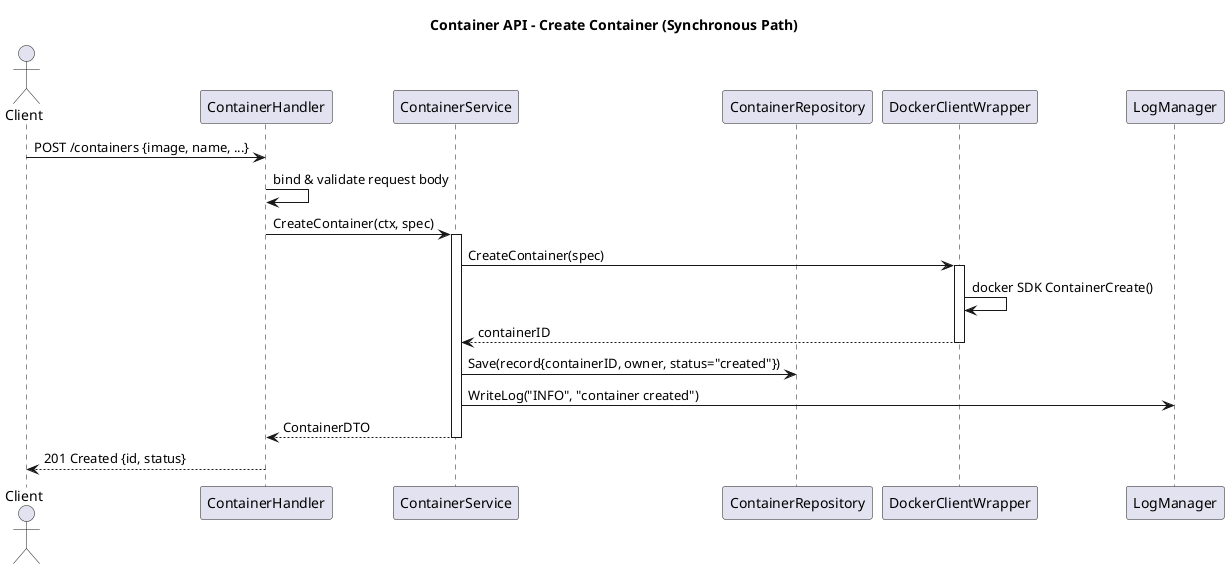
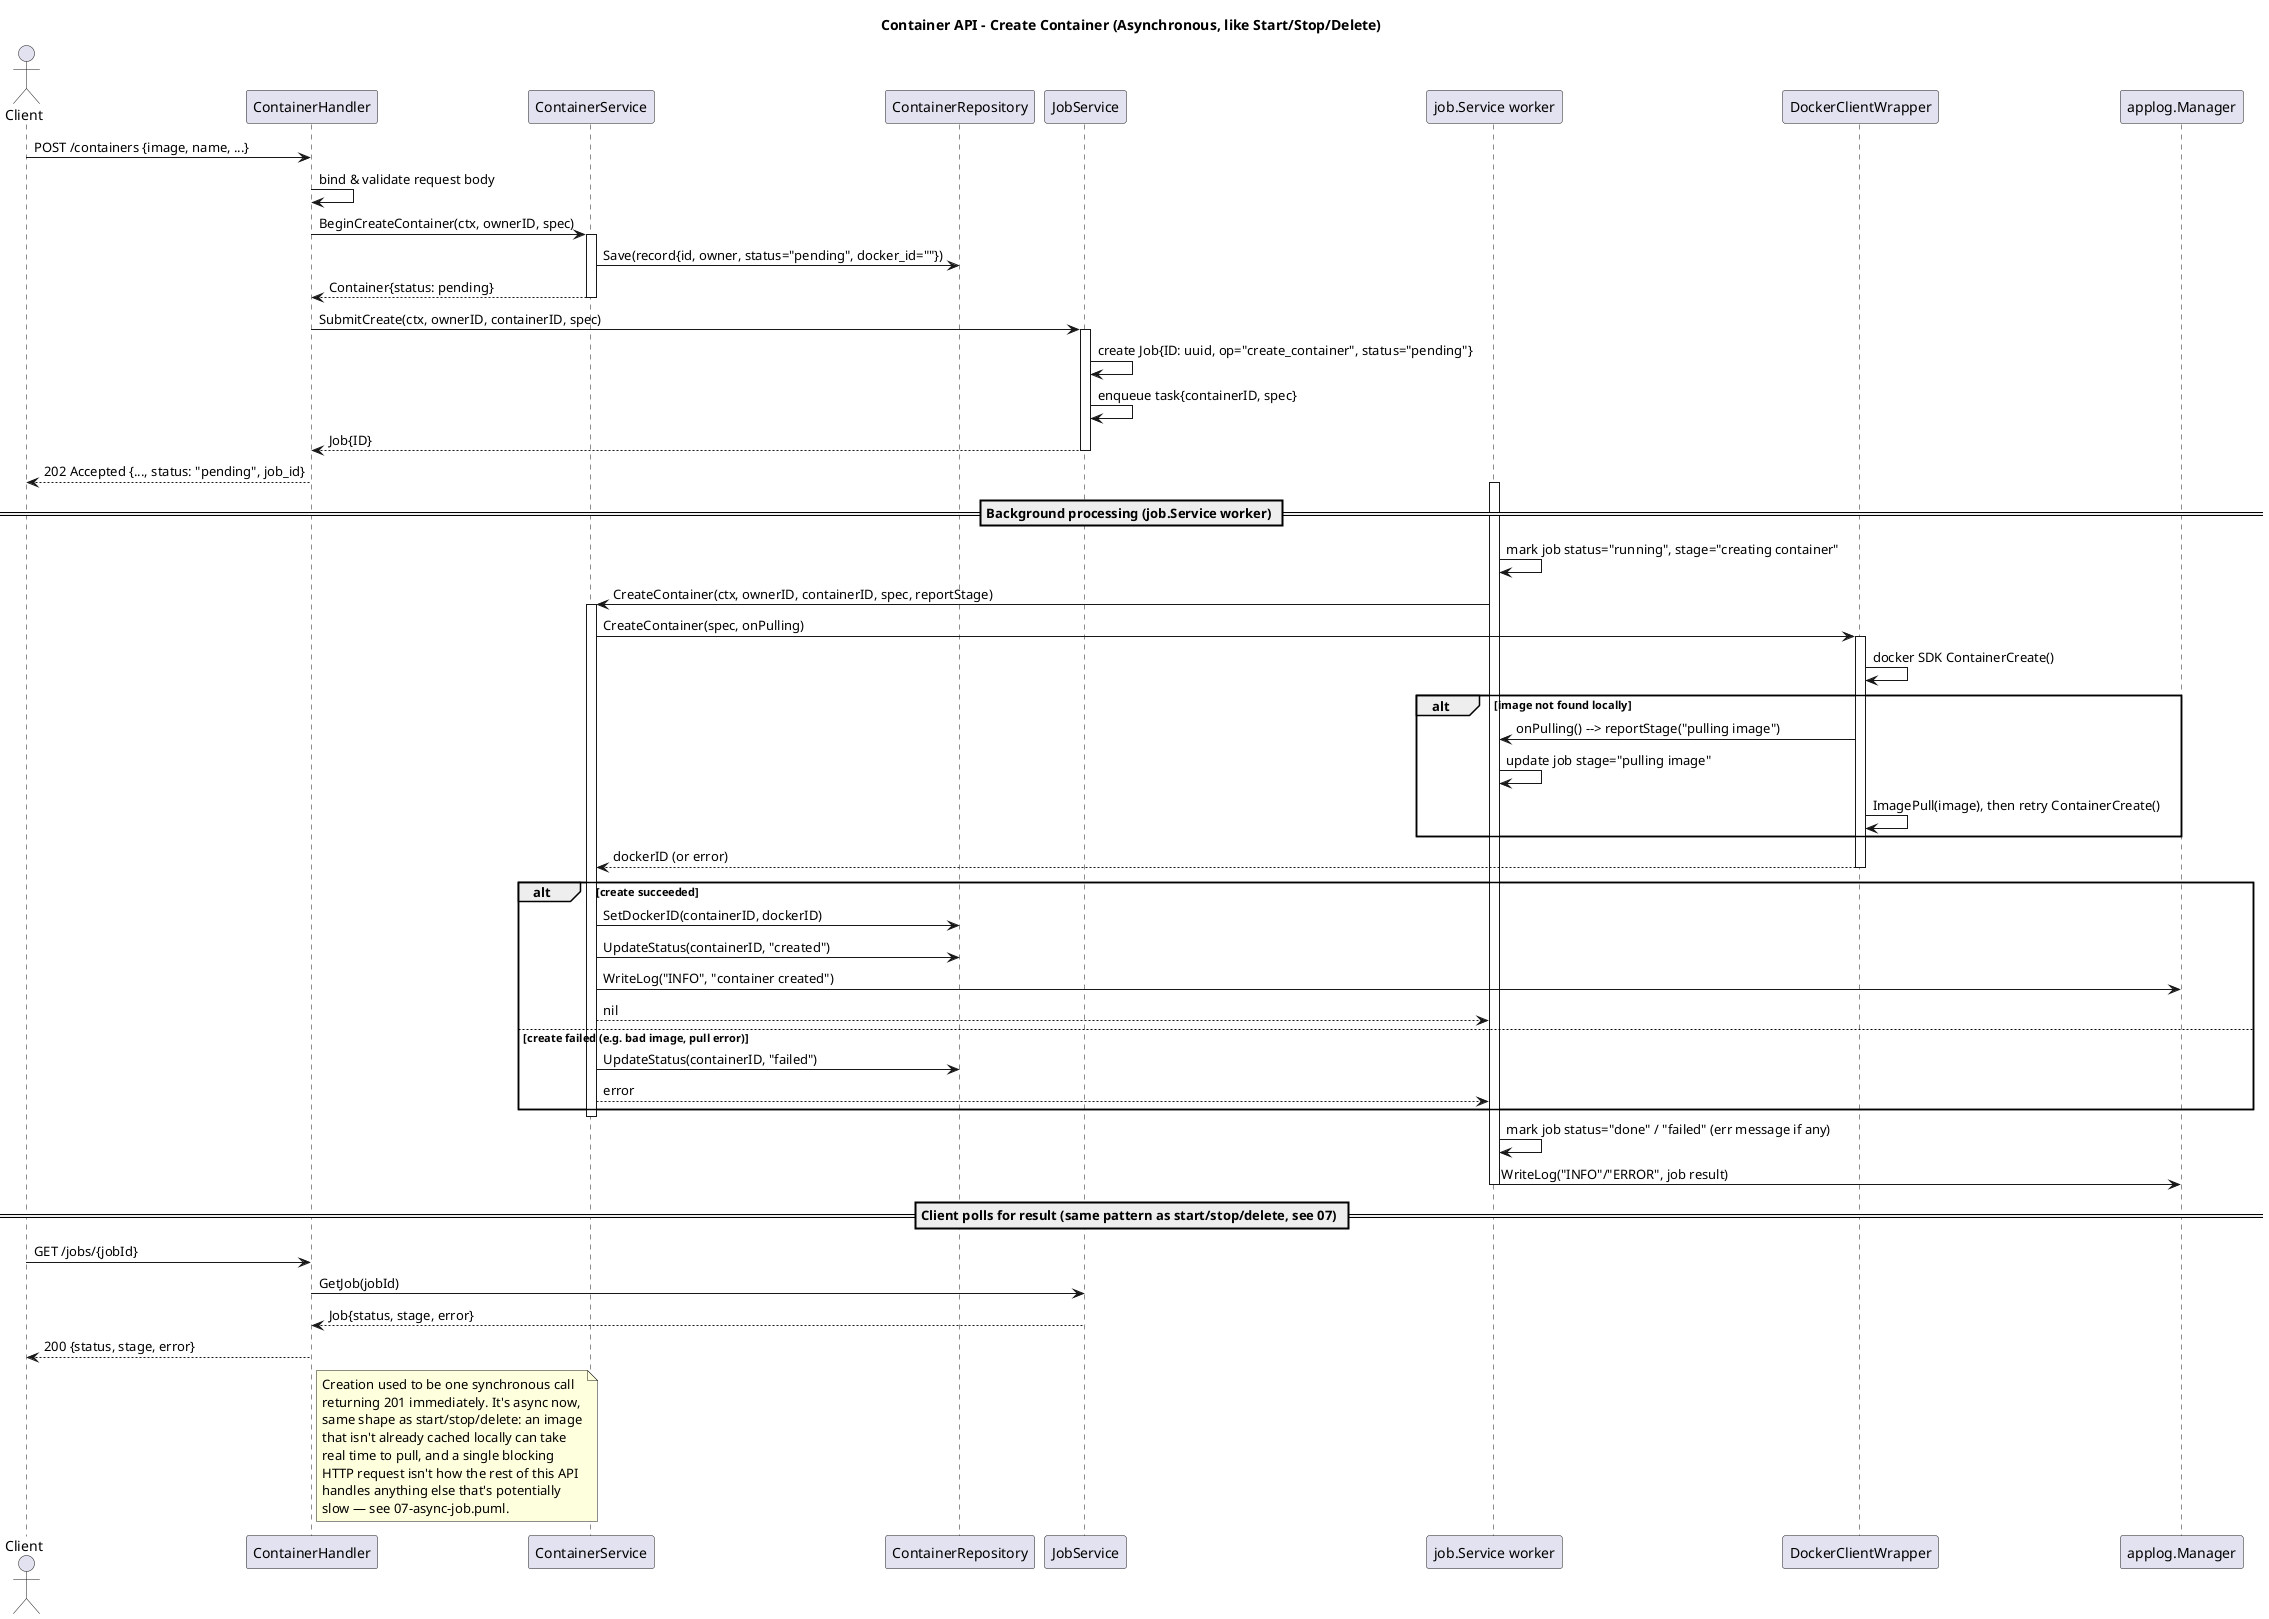
@startuml
- title Container API - Create Container (Synchronous Path)
+ title Container API - Create Container (Asynchronous, like Start/Stop/Delete)

actor Client
participant ContainerHandler
participant ContainerService
participant ContainerRepository
+ participant JobService
+ participant "job.Service worker" as Worker
participant DockerClientWrapper
- participant LogManager
+ participant "applog.Manager" as LogManager

Client -> ContainerHandler: POST /containers {image, name, ...}
ContainerHandler -> ContainerHandler: bind & validate request body
- ContainerHandler -> ContainerService: CreateContainer(ctx, spec)
+ ContainerHandler -> ContainerService: BeginCreateContainer(ctx, ownerID, spec)
activate ContainerService
- ContainerService -> DockerClientWrapper: CreateContainer(spec)
+ ContainerService -> ContainerRepository: Save(record{id, owner, status="pending", docker_id=""})
+ ContainerService --> ContainerHandler: Container{status: pending}
+ deactivate ContainerService
+ 
+ ContainerHandler -> JobService: SubmitCreate(ctx, ownerID, containerID, spec)
+ activate JobService
+ JobService -> JobService: create Job{ID: uuid, op="create_container", status="pending"}
+ JobService -> JobService: enqueue task{containerID, spec}
+ JobService --> ContainerHandler: Job{ID}
+ deactivate JobService
+ ContainerHandler --> Client: 202 Accepted {..., status: "pending", job_id}
+ 
+ == Background processing (job.Service worker) ==
+ activate Worker
+ Worker -> Worker: mark job status="running", stage="creating container"
+ Worker -> ContainerService: CreateContainer(ctx, ownerID, containerID, spec, reportStage)
+ activate ContainerService
+ ContainerService -> DockerClientWrapper: CreateContainer(spec, onPulling)
activate DockerClientWrapper
DockerClientWrapper -> DockerClientWrapper: docker SDK ContainerCreate()
- DockerClientWrapper --> ContainerService: containerID
+ alt image not found locally
+   DockerClientWrapper -> Worker: onPulling() --> reportStage("pulling image")
+   Worker -> Worker: update job stage="pulling image"
+   DockerClientWrapper -> DockerClientWrapper: ImagePull(image), then retry ContainerCreate()
+ end
+ DockerClientWrapper --> ContainerService: dockerID (or error)
deactivate DockerClientWrapper
- ContainerService -> ContainerRepository: Save(record{containerID, owner, status="created"})
- ContainerService -> LogManager: WriteLog("INFO", "container created")
- ContainerService --> ContainerHandler: ContainerDTO
+ 
+ alt create succeeded
+   ContainerService -> ContainerRepository: SetDockerID(containerID, dockerID)
+   ContainerService -> ContainerRepository: UpdateStatus(containerID, "created")
+   ContainerService -> LogManager: WriteLog("INFO", "container created")
+   ContainerService --> Worker: nil
+ else create failed (e.g. bad image, pull error)
+   ContainerService -> ContainerRepository: UpdateStatus(containerID, "failed")
+   ContainerService --> Worker: error
+ end
deactivate ContainerService
- ContainerHandler --> Client: 201 Created {id, status}
+ 
+ Worker -> Worker: mark job status="done" / "failed" (err message if any)
+ Worker -> LogManager: WriteLog("INFO"/"ERROR", job result)
+ deactivate Worker
+ 
+ == Client polls for result (same pattern as start/stop/delete, see 07) ==
+ Client -> ContainerHandler: GET /jobs/{jobId}
+ ContainerHandler -> JobService: GetJob(jobId)
+ JobService --> ContainerHandler: Job{status, stage, error}
+ ContainerHandler --> Client: 200 {status, stage, error}
+ 
+ note right of ContainerHandler
+   Creation used to be one synchronous call
+   returning 201 immediately. It's async now,
+   same shape as start/stop/delete: an image
+   that isn't already cached locally can take
+   real time to pull, and a single blocking
+   HTTP request isn't how the rest of this API
+   handles anything else that's potentially
+   slow — see 07-async-job.puml.
+ end note

@enduml
